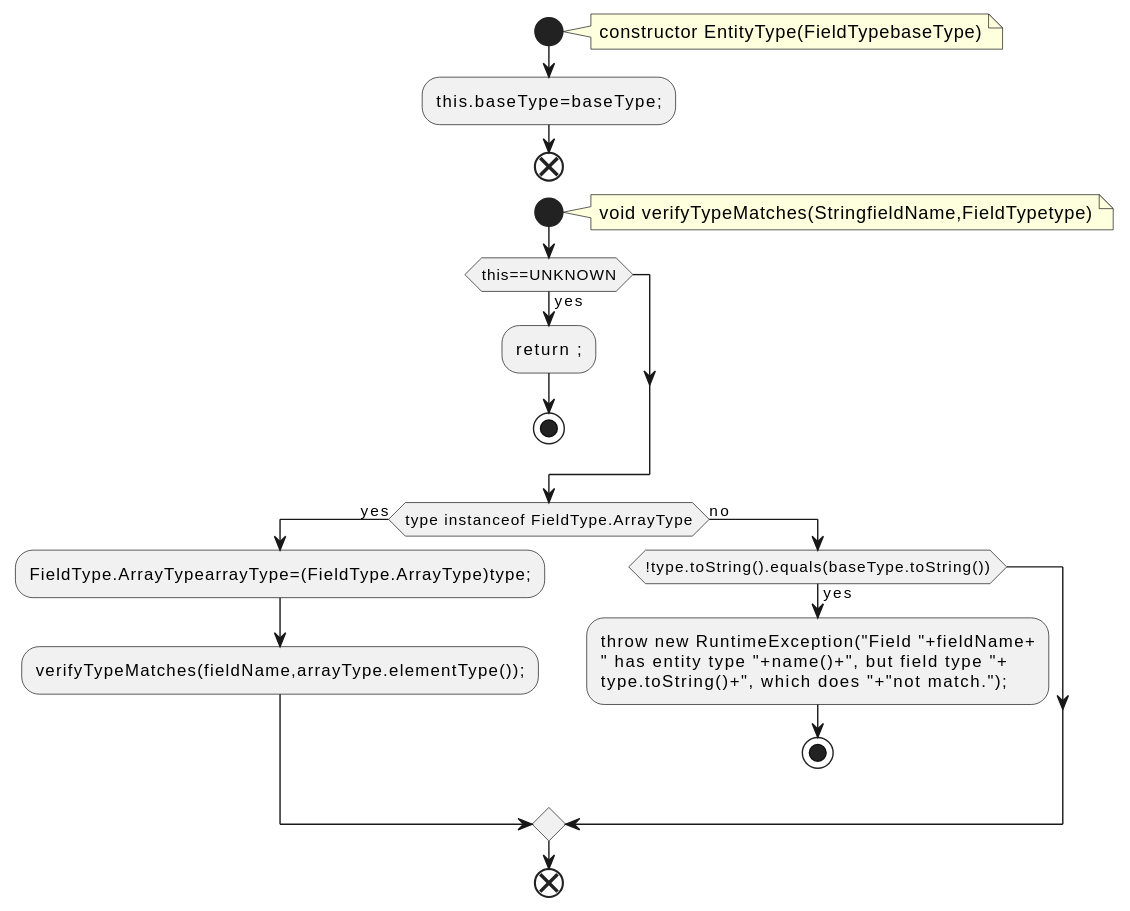
The PlantUML diagram docs/qc/generator/src/main/java/org/apache/kafka/message/EntityType.java.fct.svg in qualitesys/kafka, before a commit.
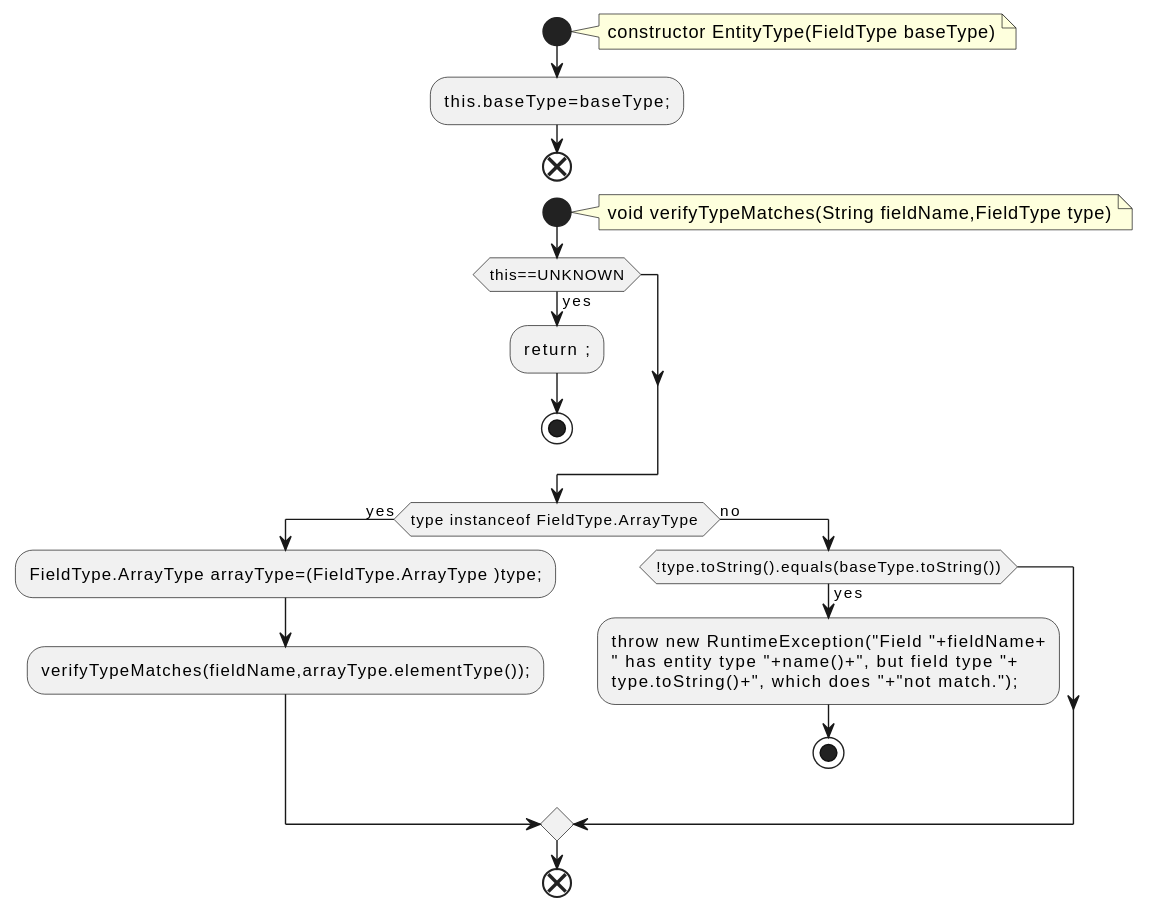
After the commit.

The edit, as a diff of the source:
```diff
@@ -2,20 +2,20 @@
 !pragma layout smetana
 start
 note right
-constructor EntityType(FieldTypebaseType)
+constructor EntityType(FieldType baseType)
 end note
 :this.baseType=baseType;;
 end
 start
 note right
-void verifyTypeMatches(StringfieldName,FieldTypetype)
+void verifyTypeMatches(String fieldName,FieldType type)
 end note
 if (this==UNKNOWN) then (yes)
 :return ;;
 stop
 endif
-if (type instanceof FieldType.ArrayType) then (yes)
-:FieldType.ArrayTypearrayType=(FieldType.ArrayType)type;;
+if (type instanceof FieldType.ArrayType ) then (yes)
+:FieldType.ArrayType arrayType=(FieldType.ArrayType )type;;
 :verifyTypeMatches(fieldName,arrayType.elementType());;
 else (no)
 if (!type.toString().equals(baseType.toString())) then (yes)
```
